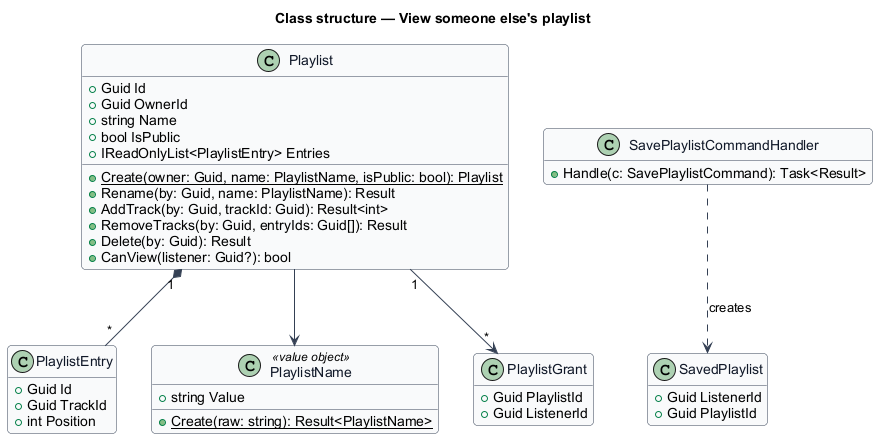
Before: docs/detailed-designs/library/view-others-playlist/diagrams/class-structure.png, a diagram exported from PlantUML (QuinntyneBrown/hummi). Source of this version:
```plantuml
@startuml
skinparam backgroundColor #FFFFFF
skinparam shadowing false
skinparam roundcorner 8
skinparam defaultFontName Arial
skinparam ArrowColor #344054
skinparam class {
  BorderColor #344054
  FontColor #101828
  BackgroundColor #F9FAFB
}
hide empty members
title Class structure — View someone else's playlist

class Playlist {
  +Guid Id
  +Guid OwnerId
  +string Name
  +bool IsPublic
  +IReadOnlyList<PlaylistEntry> Entries
  +{static} Create(owner: Guid, name: PlaylistName, isPublic: bool): Playlist
  +Rename(by: Guid, name: PlaylistName): Result
  +AddTrack(by: Guid, trackId: Guid): Result<int>
  +RemoveTracks(by: Guid, entryIds: Guid[]): Result
  +Delete(by: Guid): Result
  +CanView(listener: Guid?): bool
}
class PlaylistEntry {
  +Guid Id
  +Guid TrackId
  +int Position
}
class PlaylistName <<value object>> {
  +string Value
  +{static} Create(raw: string): Result<PlaylistName>
}
Playlist "1" *-- "*" PlaylistEntry
Playlist --> PlaylistName

class PlaylistGrant {
  +Guid PlaylistId
  +Guid ListenerId
}
class SavedPlaylist {
  +Guid ListenerId
  +Guid PlaylistId
}
class SavePlaylistCommandHandler {
  +Handle(c: SavePlaylistCommand): Task<Result>
}
Playlist "1" --> "*" PlaylistGrant
SavePlaylistCommandHandler ..> SavedPlaylist : creates
@enduml
```
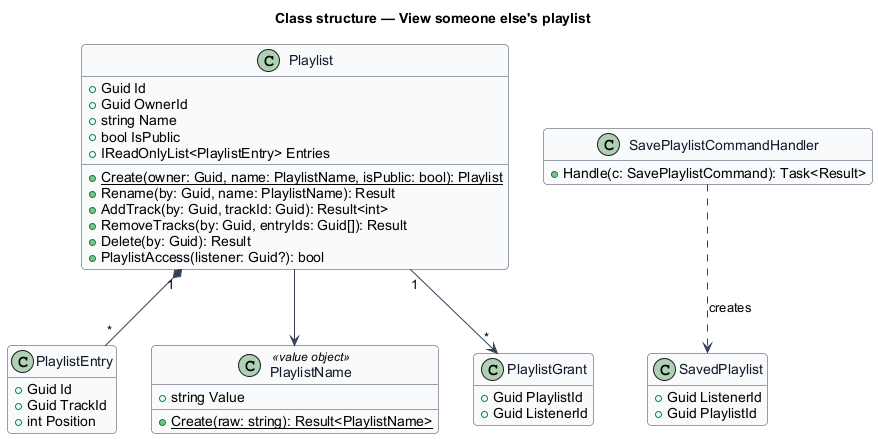
The same diagram one commit later.

Diff of the diagram source:
```diff
@@ -23,7 +23,7 @@
   +AddTrack(by: Guid, trackId: Guid): Result<int>
   +RemoveTracks(by: Guid, entryIds: Guid[]): Result
   +Delete(by: Guid): Result
-  +CanView(listener: Guid?): bool
+  +PlaylistAccess(listener: Guid?): bool
 }
 class PlaylistEntry {
   +Guid Id
```
